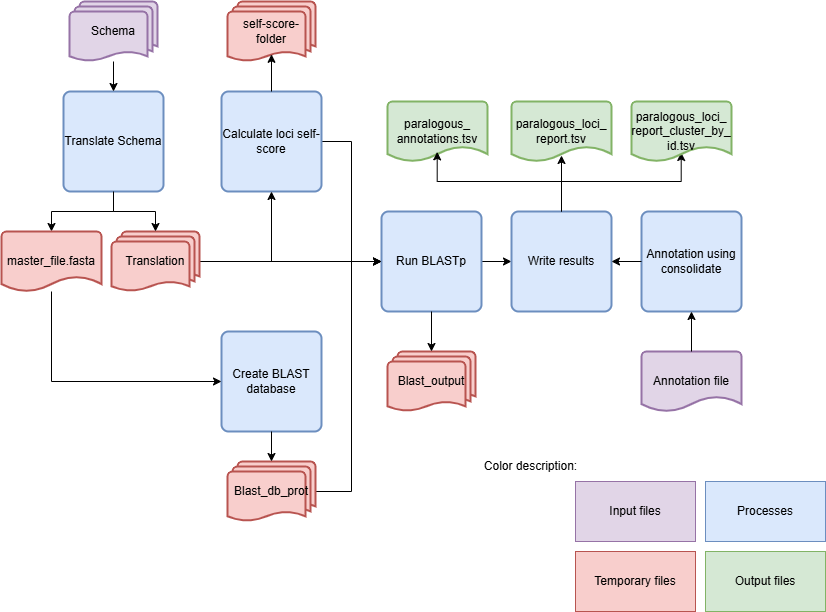
This is SchemaRefinery/docs/SchemaRefinery/Modules/source/IdentifyParalogousLoci.png from B-UMMI/Schema_Refinery, a draw.io export, as it was before one commit. Source tidied: cells renumbered, new cells last; positions are measured from the earlier drawing's top-left corner, leaving out a move shared by most shapes.
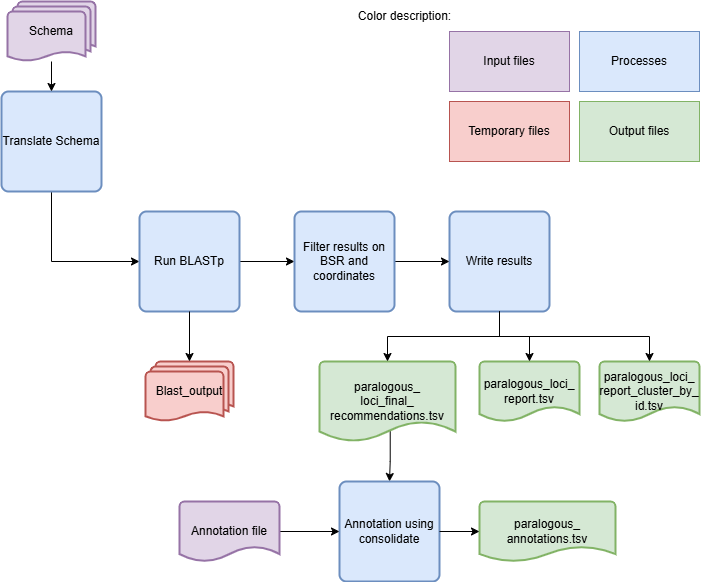
The same diagram one commit later.

Diff of the diagram source:
```diff
@@ -2,9 +2,9 @@
   <root>
     <mxCell id="0" />
     <mxCell id="1" parent="0" />
-    <mxCell id="2" style="edgeStyle=orthogonalEdgeStyle;rounded=0;jettySize=auto;html=1;" parent="1" edge="1" source="3" target="19">
-      <mxGeometry relative="1" as="geometry" />
-    </mxCell>
+    <mxCell id="40" style="edgeStyle=orthogonalEdgeStyle;shape=connector;rounded=0;jettySize=auto;html=1;entryX=0;entryY=0.5;entryDx=0;entryDy=0;strokeColor=default;align=center;verticalAlign=middle;fontFamily=Helvetica;fontSize=11;fontColor=default;labelBackgroundColor=default;endArrow=classic;exitX=0.5;exitY=1;exitDx=0;exitDy=0;" parent="1" edge="1" source="3" target="10">
+      <mxGeometry relative="1" as="geometry" />
+    </mxCell>
     <mxCell id="3" value="Translate Schema" style="rounded=1;whiteSpace=wrap;html=1;absoluteArcSize=1;arcSize=14;strokeWidth=2;fillColor=#dae8fc;strokeColor=#6c8ebf;" parent="1" vertex="1">
       <mxGeometry x="62" y="90" width="100" height="100" as="geometry" />
     </mxCell>
@@ -14,136 +14,77 @@
     <mxCell id="5" value="Schema" style="strokeWidth=2;html=1;shape=mxgraph.flowchart.multi-document;whiteSpace=wrap;fillColor=#e1d5e7;strokeColor=#9673a6;" parent="1" vertex="1">
       <mxGeometry x="68" width="88" height="60" as="geometry" />
     </mxCell>
-    <mxCell id="6" style="edgeStyle=orthogonalEdgeStyle;rounded=0;jettySize=auto;html=1;entryX=0;entryY=0.5;entryDx=0;entryDy=0;" parent="1" edge="1" source="7" target="10">
-      <mxGeometry relative="1" as="geometry">
-        <Array as="points">
-          <mxPoint x="350" y="140" />
-          <mxPoint x="350" y="260" />
-        </Array>
-      </mxGeometry>
-    </mxCell>
-    <mxCell id="7" value="Calculate loci self-score" style="rounded=1;whiteSpace=wrap;html=1;absoluteArcSize=1;arcSize=14;strokeWidth=2;fillColor=#dae8fc;strokeColor=#6c8ebf;" parent="1" vertex="1">
-      <mxGeometry x="220" y="90" width="100" height="100" as="geometry" />
-    </mxCell>
-    <mxCell id="8" value="Create BLAST database" style="rounded=1;whiteSpace=wrap;html=1;absoluteArcSize=1;arcSize=14;strokeWidth=2;fillColor=#dae8fc;strokeColor=#6c8ebf;" parent="1" vertex="1">
-      <mxGeometry x="220" y="330" width="100" height="100" as="geometry" />
-    </mxCell>
-    <mxCell id="9" style="edgeStyle=orthogonalEdgeStyle;rounded=0;jettySize=auto;html=1;" parent="1" edge="1" source="10" target="12">
-      <mxGeometry relative="1" as="geometry" />
-    </mxCell>
+    <mxCell id="41" style="edgeStyle=orthogonalEdgeStyle;shape=connector;rounded=0;jettySize=auto;html=1;entryX=0;entryY=0.5;entryDx=0;entryDy=0;strokeColor=default;align=center;verticalAlign=middle;fontFamily=Helvetica;fontSize=11;fontColor=default;labelBackgroundColor=default;endArrow=classic;" parent="1" edge="1" source="10" target="44">
+      <mxGeometry relative="1" as="geometry" />
+    </mxCell>
     <mxCell id="10" value="Run BLASTp" style="rounded=1;whiteSpace=wrap;html=1;absoluteArcSize=1;arcSize=14;strokeWidth=2;fillColor=#dae8fc;strokeColor=#6c8ebf;" parent="1" vertex="1">
-      <mxGeometry x="380" y="210" width="100" height="100" as="geometry" />
+      <mxGeometry x="200" y="210" width="100" height="100" as="geometry" />
     </mxCell>
-    <mxCell id="11" style="edgeStyle=orthogonalEdgeStyle;rounded=0;jettySize=auto;html=1;entryX=0.497;entryY=0.85;entryDx=0;entryDy=0;entryPerimeter=0;" parent="1" edge="1" source="12" target="22">
-      <mxGeometry relative="1" as="geometry">
-        <Array as="points">
-          <mxPoint x="560" y="180" />
-          <mxPoint x="680" y="180" />
-        </Array>
-      </mxGeometry>
-    </mxCell>
     <mxCell id="12" value="Write results" style="rounded=1;whiteSpace=wrap;html=1;absoluteArcSize=1;arcSize=14;strokeWidth=2;fillColor=#dae8fc;strokeColor=#6c8ebf;" parent="1" vertex="1">
       <mxGeometry x="510" y="210" width="100" height="100" as="geometry" />
     </mxCell>
-    <mxCell id="13" style="edgeStyle=orthogonalEdgeStyle;rounded=0;jettySize=auto;html=1;entryX=0.5;entryY=1;entryDx=0;entryDy=0;" parent="1" edge="1" source="15" target="7">
-      <mxGeometry relative="1" as="geometry" />
-    </mxCell>
-    <mxCell id="14" style="edgeStyle=orthogonalEdgeStyle;rounded=0;jettySize=auto;html=1;entryX=0;entryY=0.5;entryDx=0;entryDy=0;" parent="1" edge="1" source="15" target="10">
-      <mxGeometry relative="1" as="geometry" />
-    </mxCell>
-    <mxCell id="15" value="Translation" style="strokeWidth=2;html=1;shape=mxgraph.flowchart.multi-document;whiteSpace=wrap;fillColor=#f8cecc;strokeColor=#b85450;" parent="1" vertex="1">
-      <mxGeometry x="110" y="230" width="88" height="60" as="geometry" />
-    </mxCell>
-    <mxCell id="16" style="edgeStyle=orthogonalEdgeStyle;rounded=0;jettySize=auto;html=1;entryX=0.5;entryY=0;entryDx=0;entryDy=0;entryPerimeter=0;" parent="1" edge="1" source="3" target="15">
-      <mxGeometry relative="1" as="geometry" />
-    </mxCell>
-    <mxCell id="17" value="self-score-&lt;div&gt;folder&lt;/div&gt;" style="strokeWidth=2;html=1;shape=mxgraph.flowchart.multi-document;whiteSpace=wrap;fillColor=#f8cecc;strokeColor=#b85450;" parent="1" vertex="1">
-      <mxGeometry x="226" width="88" height="60" as="geometry" />
-    </mxCell>
-    <mxCell id="18" style="edgeStyle=orthogonalEdgeStyle;rounded=0;jettySize=auto;html=1;entryX=0;entryY=0.5;entryDx=0;entryDy=0;" parent="1" edge="1" source="19" target="8">
-      <mxGeometry relative="1" as="geometry">
-        <Array as="points">
-          <mxPoint x="50" y="380" />
-        </Array>
-      </mxGeometry>
-    </mxCell>
-    <mxCell id="19" value="master_file.fasta" style="strokeWidth=2;html=1;shape=mxgraph.flowchart.document2;whiteSpace=wrap;size=0.25;fillColor=#f8cecc;strokeColor=#b85450;" parent="1" vertex="1">
-      <mxGeometry y="230" width="100" height="60" as="geometry" />
-    </mxCell>
     <mxCell id="20" value="Blast_output" style="strokeWidth=2;html=1;shape=mxgraph.flowchart.multi-document;whiteSpace=wrap;fillColor=#f8cecc;strokeColor=#b85450;" parent="1" vertex="1">
-      <mxGeometry x="386" y="350" width="88" height="60" as="geometry" />
+      <mxGeometry x="206" y="360" width="88" height="60" as="geometry" />
     </mxCell>
     <mxCell id="21" value="paralogous_loci_&lt;div&gt;report.tsv&lt;/div&gt;" style="strokeWidth=2;html=1;shape=mxgraph.flowchart.document2;whiteSpace=wrap;size=0.25;fillColor=#d5e8d4;strokeColor=#82b366;" parent="1" vertex="1">
-      <mxGeometry x="510" y="100" width="100" height="60" as="geometry" />
+      <mxGeometry x="540" y="360" width="100" height="60" as="geometry" />
     </mxCell>
     <mxCell id="22" value="paralogous_loci_&lt;div&gt;report_cluster_&lt;span style=&quot;background-color: initial;&quot;&gt;by_&lt;/span&gt;&lt;/div&gt;&lt;div&gt;&lt;span style=&quot;background-color: initial;&quot;&gt;id.&lt;/span&gt;&lt;span style=&quot;background-color: initial;&quot;&gt;tsv&lt;/span&gt;&lt;/div&gt;" style="strokeWidth=2;html=1;shape=mxgraph.flowchart.document2;whiteSpace=wrap;size=0.25;fillColor=#d5e8d4;strokeColor=#82b366;" parent="1" vertex="1">
-      <mxGeometry x="630" y="100" width="100" height="60" as="geometry" />
+      <mxGeometry x="660" y="360" width="100" height="60" as="geometry" />
     </mxCell>
+    <mxCell id="42" style="edgeStyle=orthogonalEdgeStyle;shape=connector;rounded=0;jettySize=auto;html=1;entryX=0.5;entryY=0;entryDx=0;entryDy=0;strokeColor=default;align=center;verticalAlign=middle;fontFamily=Helvetica;fontSize=11;fontColor=default;labelBackgroundColor=default;endArrow=classic;exitX=0.52;exitY=0.827;exitDx=0;exitDy=0;exitPerimeter=0;" parent="1" edge="1" source="23" target="36">
+      <mxGeometry relative="1" as="geometry" />
+    </mxCell>
-    <mxCell id="23" value="paralogous_&lt;div&gt;annotations&lt;span style=&quot;background-color: transparent; color: light-dark(rgb(0, 0, 0), rgb(255, 255, 255));&quot;&gt;.tsv&lt;/span&gt;&lt;/div&gt;" style="strokeWidth=2;html=1;shape=mxgraph.flowchart.document2;whiteSpace=wrap;size=0.25;fillColor=#d5e8d4;strokeColor=#82b366;" parent="1" vertex="1">
-      <mxGeometry x="386" y="100" width="100" height="60" as="geometry" />
+    <mxCell id="23" value="paralogous_&lt;div&gt;loci_final_&lt;/div&gt;&lt;div&gt;recommendations&lt;span style=&quot;background-color: transparent; color: light-dark(rgb(0, 0, 0), rgb(255, 255, 255));&quot;&gt;.tsv&lt;/span&gt;&lt;/div&gt;" style="strokeWidth=2;html=1;shape=mxgraph.flowchart.document2;whiteSpace=wrap;size=0.25;fillColor=#d5e8d4;strokeColor=#82b366;" parent="1" vertex="1">
+      <mxGeometry x="380" y="360" width="136" height="80" as="geometry" />
     </mxCell>
-    <mxCell id="24" style="edgeStyle=orthogonalEdgeStyle;rounded=0;jettySize=auto;html=1;entryX=0.5;entryY=0.88;entryDx=0;entryDy=0;entryPerimeter=0;" parent="1" edge="1" source="7" target="17">
-      <mxGeometry relative="1" as="geometry" />
-    </mxCell>
-    <mxCell id="25" style="edgeStyle=orthogonalEdgeStyle;rounded=0;jettySize=auto;html=1;entryX=0;entryY=0.5;entryDx=0;entryDy=0;" parent="1" edge="1" source="26" target="10">
-      <mxGeometry relative="1" as="geometry">
-        <Array as="points">
-          <mxPoint x="350" y="490" />
-          <mxPoint x="350" y="260" />
-        </Array>
-      </mxGeometry>
-    </mxCell>
-    <mxCell id="26" value="Blast_db_prot" style="strokeWidth=2;html=1;shape=mxgraph.flowchart.multi-document;whiteSpace=wrap;fillColor=#f8cecc;strokeColor=#b85450;" parent="1" vertex="1">
-      <mxGeometry x="226" y="460" width="88" height="60" as="geometry" />
-    </mxCell>
-    <mxCell id="27" style="edgeStyle=orthogonalEdgeStyle;rounded=0;jettySize=auto;html=1;entryX=0.5;entryY=0;entryDx=0;entryDy=0;entryPerimeter=0;" parent="1" edge="1" source="8" target="26">
-      <mxGeometry relative="1" as="geometry" />
-    </mxCell>
     <mxCell id="28" value="Processes" style="rounded=0;whiteSpace=wrap;html=1;fillColor=#dae8fc;strokeColor=#6c8ebf;" parent="1" vertex="1">
-      <mxGeometry x="704" y="480" width="120" height="60" as="geometry" />
+      <mxGeometry x="640" y="30" width="120" height="60" as="geometry" />
     </mxCell>
     <mxCell id="29" value="Temporary files" style="rounded=0;whiteSpace=wrap;html=1;fillColor=#f8cecc;strokeColor=#b85450;" parent="1" vertex="1">
-      <mxGeometry x="574" y="550" width="120" height="60" as="geometry" />
+      <mxGeometry x="510" y="100" width="120" height="60" as="geometry" />
     </mxCell>
     <mxCell id="30" value="Input files" style="rounded=0;whiteSpace=wrap;html=1;fillColor=#e1d5e7;strokeColor=#9673a6;" parent="1" vertex="1">
-      <mxGeometry x="574" y="480" width="120" height="60" as="geometry" />
+      <mxGeometry x="510" y="30" width="120" height="60" as="geometry" />
     </mxCell>
     <mxCell id="31" value="Output files" style="rounded=0;whiteSpace=wrap;html=1;fillColor=#d5e8d4;strokeColor=#82b366;" parent="1" vertex="1">
-      <mxGeometry x="704" y="550" width="120" height="60" as="geometry" />
+      <mxGeometry x="640" y="100" width="120" height="60" as="geometry" />
     </mxCell>
     <mxCell id="32" value="Color description:" style="text;html=1;align=center;verticalAlign=middle;strokeColor=none;fillColor=none;" parent="1" vertex="1">
-      <mxGeometry x="474" y="450" width="110" height="30" as="geometry" />
+      <mxGeometry x="410" width="110" height="30" as="geometry" />
     </mxCell>
     <mxCell id="33" style="edgeStyle=orthogonalEdgeStyle;rounded=0;jettySize=auto;html=1;entryX=0.5;entryY=0;entryDx=0;entryDy=0;entryPerimeter=0;" parent="1" edge="1" source="10" target="20">
       <mxGeometry relative="1" as="geometry" />
     </mxCell>
+    <mxCell id="36" value="Annotation using consolidate" style="rounded=1;whiteSpace=wrap;html=1;absoluteArcSize=1;arcSize=14;strokeWidth=2;fillColor=#dae8fc;strokeColor=#6c8ebf;" parent="1" vertex="1">
+      <mxGeometry x="400" y="480" width="100" height="100" as="geometry" />
+    </mxCell>
+    <mxCell id="39" style="edgeStyle=orthogonalEdgeStyle;shape=connector;rounded=0;jettySize=auto;html=1;entryX=0;entryY=0.5;entryDx=0;entryDy=0;strokeColor=default;align=center;verticalAlign=middle;fontFamily=Helvetica;fontSize=11;fontColor=default;labelBackgroundColor=default;endArrow=classic;" parent="1" edge="1" source="37" target="36">
+      <mxGeometry relative="1" as="geometry" />
+    </mxCell>
+    <mxCell id="37" value="Annotation file" style="strokeWidth=2;html=1;shape=mxgraph.flowchart.document2;whiteSpace=wrap;size=0.25;fillColor=#E1D5E7;strokeColor=#9673A6;" parent="1" vertex="1">
+      <mxGeometry x="240" y="500" width="100" height="60" as="geometry" />
+    </mxCell>
+    <mxCell id="43" style="edgeStyle=orthogonalEdgeStyle;shape=connector;rounded=0;jettySize=auto;html=1;entryX=0;entryY=0.5;entryDx=0;entryDy=0;strokeColor=default;align=center;verticalAlign=middle;fontFamily=Helvetica;fontSize=11;fontColor=default;labelBackgroundColor=default;endArrow=classic;" parent="1" edge="1" source="44" target="12">
+      <mxGeometry relative="1" as="geometry" />
+    </mxCell>
+    <mxCell id="44" value="Filter results on BSR and coordinates" style="rounded=1;whiteSpace=wrap;html=1;absoluteArcSize=1;arcSize=14;strokeWidth=2;fillColor=#dae8fc;strokeColor=#6c8ebf;" parent="1" vertex="1">
+      <mxGeometry x="355" y="210" width="100" height="100" as="geometry" />
+    </mxCell>
-    <mxCell id="34" style="edgeStyle=orthogonalEdgeStyle;rounded=0;jettySize=auto;html=1;entryX=0.497;entryY=0.839;entryDx=0;entryDy=0;entryPerimeter=0;" parent="1" edge="1" source="12" target="23">
-      <mxGeometry relative="1" as="geometry">
-        <Array as="points">
-          <mxPoint x="560" y="180" />
-          <mxPoint x="436" y="180" />
-        </Array>
-      </mxGeometry>
+    <mxCell id="34" style="edgeStyle=orthogonalEdgeStyle;shape=connector;rounded=0;jettySize=auto;html=1;entryX=0.5;entryY=0;entryDx=0;entryDy=0;entryPerimeter=0;strokeColor=default;align=center;verticalAlign=middle;fontFamily=Helvetica;fontSize=11;fontColor=default;labelBackgroundColor=default;endArrow=classic;" parent="1" edge="1" source="12" target="23">
+      <mxGeometry relative="1" as="geometry" />
     </mxCell>
-    <mxCell id="35" style="edgeStyle=orthogonalEdgeStyle;rounded=0;jettySize=auto;html=1;entryX=0.5;entryY=0.9;entryDx=0;entryDy=0;entryPerimeter=0;" parent="1" edge="1" source="12" target="21">
+    <mxCell id="35" style="edgeStyle=orthogonalEdgeStyle;shape=connector;rounded=0;jettySize=auto;html=1;entryX=0.5;entryY=0;entryDx=0;entryDy=0;entryPerimeter=0;strokeColor=default;align=center;verticalAlign=middle;fontFamily=Helvetica;fontSize=11;fontColor=default;labelBackgroundColor=default;endArrow=classic;" parent="1" edge="1" source="12" target="21">
       <mxGeometry relative="1" as="geometry" />
     </mxCell>
-    <mxCell id="36" value="Annotation using consolidate" style="rounded=1;whiteSpace=wrap;html=1;absoluteArcSize=1;arcSize=14;strokeWidth=2;fillColor=#dae8fc;strokeColor=#6c8ebf;" parent="1" vertex="1">
-      <mxGeometry x="640" y="210" width="100" height="100" as="geometry" />
-    </mxCell>
-    <mxCell id="37" value="Annotation file" style="strokeWidth=2;html=1;shape=mxgraph.flowchart.document2;whiteSpace=wrap;size=0.25;fillColor=#E1D5E7;strokeColor=#9673A6;" parent="1" vertex="1">
-      <mxGeometry x="640" y="350" width="100" height="60" as="geometry" />
-    </mxCell>
-    <mxCell id="38" style="edgeStyle=orthogonalEdgeStyle;rounded=0;jettySize=auto;html=1;exitX=0;exitY=0.5;exitDx=0;exitDy=0;entryX=1;entryY=0.5;entryDx=0;entryDy=0;" parent="1" edge="1" source="36" target="12">
-      <mxGeometry relative="1" as="geometry">
-        <Array as="points">
-          <mxPoint x="640" y="260" />
-          <mxPoint x="640" y="260" />
-        </Array>
-      </mxGeometry>
-    </mxCell>
-    <mxCell id="39" style="edgeStyle=orthogonalEdgeStyle;rounded=0;jettySize=auto;html=1;exitX=0.5;exitY=0;exitDx=0;exitDy=0;exitPerimeter=0;entryX=0.5;entryY=1;entryDx=0;entryDy=0;" parent="1" edge="1" source="37" target="36">
-      <mxGeometry relative="1" as="geometry" />
-    </mxCell>
+    <mxCell id="11" style="edgeStyle=orthogonalEdgeStyle;shape=connector;rounded=0;jettySize=auto;html=1;entryX=0.5;entryY=0;entryDx=0;entryDy=0;entryPerimeter=0;strokeColor=default;align=center;verticalAlign=middle;fontFamily=Helvetica;fontSize=11;fontColor=default;labelBackgroundColor=default;endArrow=classic;exitX=0.5;exitY=1;exitDx=0;exitDy=0;" parent="1" edge="1" source="12" target="22">
+      <mxGeometry relative="1" as="geometry" />
+    </mxCell>
+    <mxCell id="45" value="paralogous_&lt;div&gt;annotations.tsv&lt;/div&gt;" style="strokeWidth=2;html=1;shape=mxgraph.flowchart.document2;whiteSpace=wrap;size=0.25;fillColor=#d5e8d4;strokeColor=#82b366;" parent="1" vertex="1">
+      <mxGeometry x="540" y="500" width="136" height="60" as="geometry" />
+    </mxCell>
+    <mxCell id="46" style="edgeStyle=orthogonalEdgeStyle;shape=connector;rounded=0;jettySize=auto;html=1;entryX=0;entryY=0.5;entryDx=0;entryDy=0;entryPerimeter=0;strokeColor=default;align=center;verticalAlign=middle;fontFamily=Helvetica;fontSize=11;fontColor=default;labelBackgroundColor=default;endArrow=classic;" parent="1" edge="1" source="36" target="45">
+      <mxGeometry relative="1" as="geometry" />
+    </mxCell>
   </root>
 </mxGraphModel>
```
